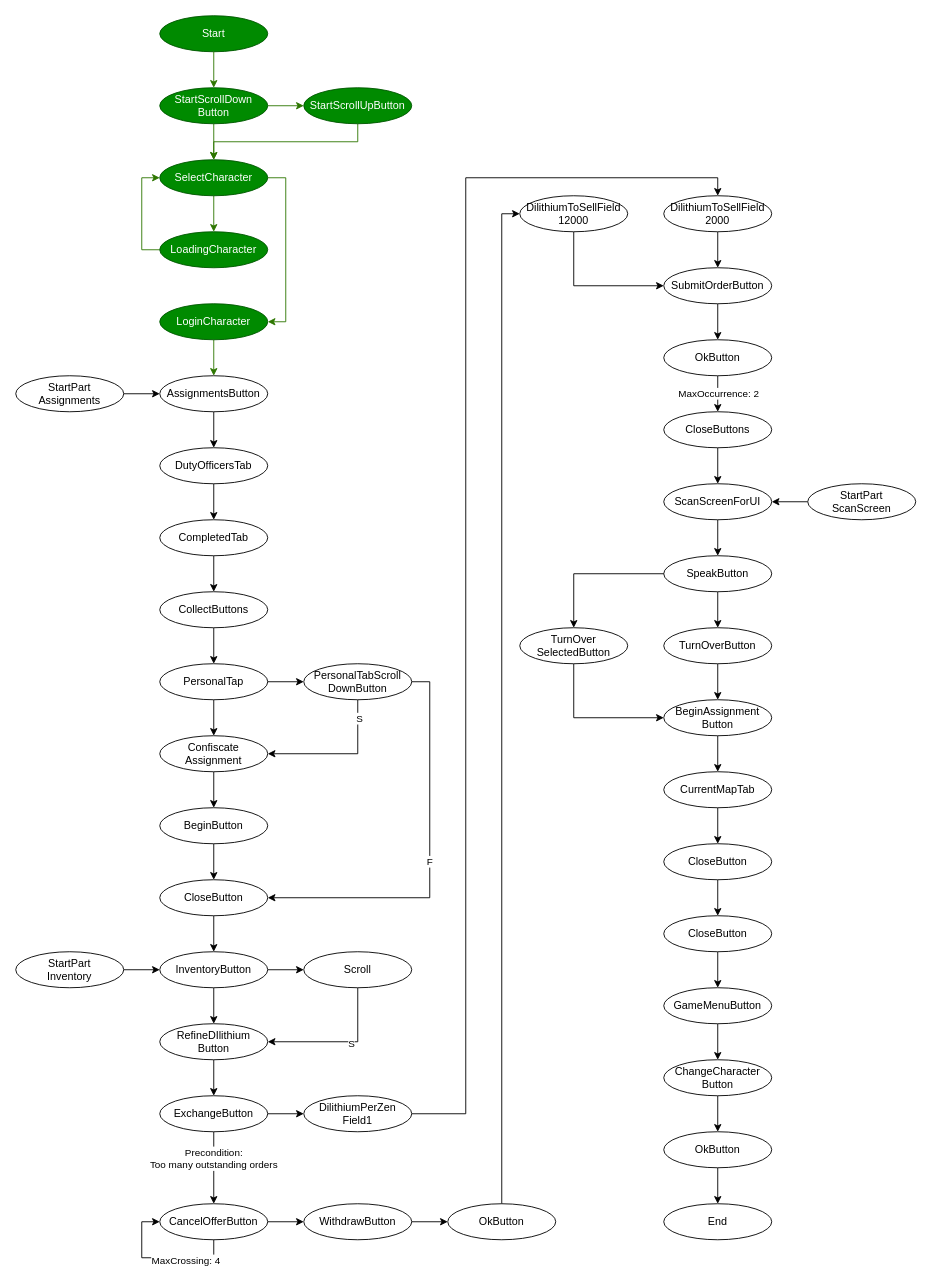
Tomaszon/AutoFarmer keeps this draw.io diagram as AutoFarmer.drawio. Above is the earlier version. Source tidied: cells renumbered, new cells numbered last; positions are measured from the earlier drawing's top-left corner, leaving out a move shared by most shapes. Both pictures are drawn from the tidied source at 90%, with x=0, y=0 at pixel (15, 15).
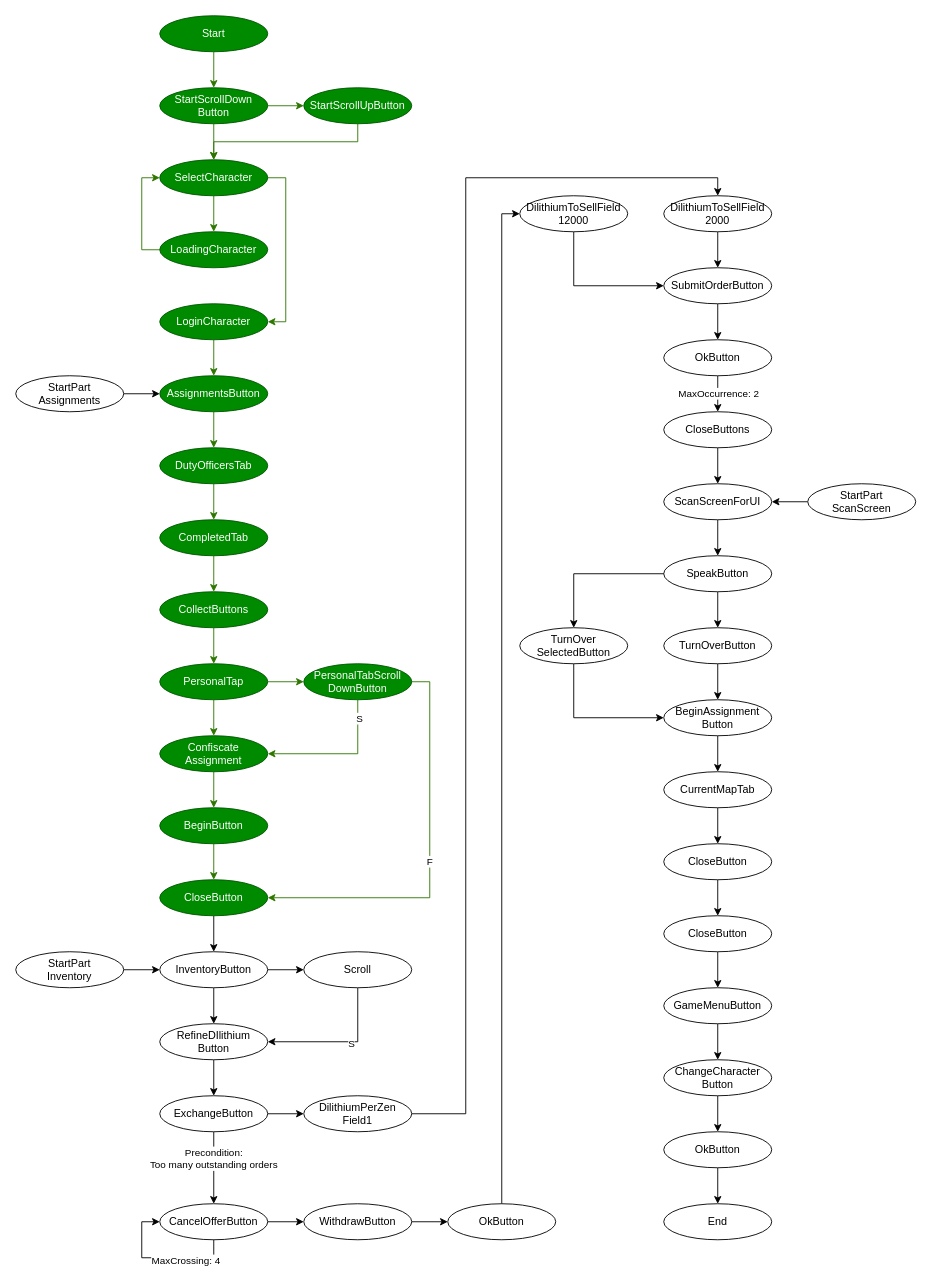
The same page after the edit.

What changed in the source:
```diff
@@
-    <mxCell id="5" style="edgeStyle=orthogonalEdgeStyle;rounded=0;jettySize=auto;html=1;" parent="1" edge="1" source="6" target="10">
+    <mxCell id="5" style="edgeStyle=orthogonalEdgeStyle;rounded=0;jettySize=auto;html=1;fillColor=#60a917;strokeColor=#2D7600;" parent="1" edge="1" source="6" target="10">
       <mxGeometry relative="1" as="geometry" />
     </mxCell>
-    <mxCell id="6" value="AssignmentsButton" style="ellipse;whiteSpace=wrap;html=1;" parent="1" vertex="1">
+    <mxCell id="6" value="AssignmentsButton" style="ellipse;whiteSpace=wrap;html=1;fillColor=#008a00;strokeColor=#005700;fontColor=#ffffff;" parent="1" vertex="1">
       <mxGeometry x="160" y="400" width="120" height="40" as="geometry" />
     </mxCell>
@@
-    <mxCell id="9" style="edgeStyle=orthogonalEdgeStyle;rounded=0;jettySize=auto;html=1;" parent="1" edge="1" source="10" target="12">
+    <mxCell id="9" style="edgeStyle=orthogonalEdgeStyle;rounded=0;jettySize=auto;html=1;fillColor=#60a917;strokeColor=#2D7600;" parent="1" edge="1" source="10" target="12">
       <mxGeometry relative="1" as="geometry" />
     </mxCell>
-    <mxCell id="10" value="DutyOfficersTab" style="ellipse;whiteSpace=wrap;html=1;" parent="1" vertex="1">
+    <mxCell id="10" value="DutyOfficersTab" style="ellipse;whiteSpace=wrap;html=1;fillColor=#008a00;strokeColor=#005700;fontColor=#ffffff;" parent="1" vertex="1">
       <mxGeometry x="160" y="480" width="120" height="40" as="geometry" />
     </mxCell>
-    <mxCell id="11" style="edgeStyle=orthogonalEdgeStyle;rounded=0;jettySize=auto;html=1;" parent="1" edge="1" source="12" target="14">
+    <mxCell id="11" style="edgeStyle=orthogonalEdgeStyle;rounded=0;jettySize=auto;html=1;fillColor=#60a917;strokeColor=#2D7600;" parent="1" edge="1" source="12" target="14">
       <mxGeometry relative="1" as="geometry" />
     </mxCell>
-    <mxCell id="12" value="CompletedTab" style="ellipse;whiteSpace=wrap;html=1;" parent="1" vertex="1">
+    <mxCell id="12" value="CompletedTab" style="ellipse;whiteSpace=wrap;html=1;fillColor=#008a00;strokeColor=#005700;fontColor=#ffffff;" parent="1" vertex="1">
       <mxGeometry x="160" y="560" width="120" height="40" as="geometry" />
     </mxCell>
-    <mxCell id="13" style="edgeStyle=orthogonalEdgeStyle;rounded=0;jettySize=auto;html=1;" parent="1" edge="1" source="14" target="16">
+    <mxCell id="13" style="edgeStyle=orthogonalEdgeStyle;rounded=0;jettySize=auto;html=1;fillColor=#60a917;strokeColor=#2D7600;" parent="1" edge="1" source="14" target="16">
       <mxGeometry relative="1" as="geometry" />
     </mxCell>
-    <mxCell id="14" value="CollectButtons" style="ellipse;whiteSpace=wrap;html=1;" parent="1" vertex="1">
+    <mxCell id="14" value="CollectButtons" style="ellipse;whiteSpace=wrap;html=1;fillColor=#008a00;strokeColor=#005700;fontColor=#ffffff;" parent="1" vertex="1">
       <mxGeometry x="160" y="640" width="120" height="40" as="geometry" />
     </mxCell>
-    <mxCell id="15" style="edgeStyle=orthogonalEdgeStyle;rounded=0;jettySize=auto;html=1;" parent="1" edge="1" source="16" target="18">
+    <mxCell id="15" style="edgeStyle=orthogonalEdgeStyle;rounded=0;jettySize=auto;html=1;fillColor=#60a917;strokeColor=#2D7600;" parent="1" edge="1" source="16" target="18">
       <mxGeometry relative="1" as="geometry" />
     </mxCell>
-    <mxCell id="16" value="PersonalTap" style="ellipse;whiteSpace=wrap;html=1;" parent="1" vertex="1">
+    <mxCell id="16" value="PersonalTap" style="ellipse;whiteSpace=wrap;html=1;fillColor=#008a00;strokeColor=#005700;fontColor=#ffffff;" parent="1" vertex="1">
       <mxGeometry x="160" y="720" width="120" height="40" as="geometry" />
     </mxCell>
-    <mxCell id="17" style="edgeStyle=orthogonalEdgeStyle;rounded=0;jettySize=auto;html=1;" parent="1" edge="1" source="18" target="20">
+    <mxCell id="17" style="edgeStyle=orthogonalEdgeStyle;rounded=0;jettySize=auto;html=1;fillColor=#60a917;strokeColor=#2D7600;" parent="1" edge="1" source="18" target="20">
       <mxGeometry relative="1" as="geometry" />
     </mxCell>
-    <mxCell id="18" value="Confiscate&lt;br&gt;Assignment" style="ellipse;whiteSpace=wrap;html=1;" parent="1" vertex="1">
+    <mxCell id="18" value="Confiscate&lt;br&gt;Assignment" style="ellipse;whiteSpace=wrap;html=1;fillColor=#008a00;strokeColor=#005700;fontColor=#ffffff;" parent="1" vertex="1">
       <mxGeometry x="160" y="800" width="120" height="40" as="geometry" />
     </mxCell>
-    <mxCell id="19" style="edgeStyle=orthogonalEdgeStyle;rounded=0;jettySize=auto;html=1;exitX=0.5;exitY=1;exitDx=0;exitDy=0;entryX=0.5;entryY=0;entryDx=0;entryDy=0;" parent="1" edge="1" source="20" target="22">
+    <mxCell id="19" style="edgeStyle=orthogonalEdgeStyle;rounded=0;jettySize=auto;html=1;exitX=0.5;exitY=1;exitDx=0;exitDy=0;entryX=0.5;entryY=0;entryDx=0;entryDy=0;fillColor=#60a917;strokeColor=#2D7600;" parent="1" edge="1" source="20" target="22">
       <mxGeometry relative="1" as="geometry" />
     </mxCell>
-    <mxCell id="20" value="BeginButton" style="ellipse;whiteSpace=wrap;html=1;" parent="1" vertex="1">
+    <mxCell id="20" value="BeginButton" style="ellipse;whiteSpace=wrap;html=1;fillColor=#008a00;strokeColor=#005700;fontColor=#ffffff;" parent="1" vertex="1">
       <mxGeometry x="160" y="880" width="120" height="40" as="geometry" />
     </mxCell>
@@
-    <mxCell id="22" value="CloseButton" style="ellipse;whiteSpace=wrap;html=1;" parent="1" vertex="1">
+    <mxCell id="22" value="CloseButton" style="ellipse;whiteSpace=wrap;html=1;fillColor=#008a00;strokeColor=#005700;fontColor=#ffffff;" parent="1" vertex="1">
       <mxGeometry x="160" y="960" width="120" height="40" as="geometry" />
     </mxCell>
@@
-    <mxCell id="85" value="F" style="edgeStyle=orthogonalEdgeStyle;rounded=0;jettySize=auto;html=1;exitX=1;exitY=0.5;exitDx=0;exitDy=0;entryX=1;entryY=0.5;entryDx=0;entryDy=0;" parent="1" edge="1" source="88" target="22">
+    <mxCell id="85" value="F" style="edgeStyle=orthogonalEdgeStyle;rounded=0;jettySize=auto;html=1;exitX=1;exitY=0.5;exitDx=0;exitDy=0;entryX=1;entryY=0.5;entryDx=0;entryDy=0;fillColor=#60a917;strokeColor=#2D7600;" parent="1" edge="1" source="88" target="22">
       <mxGeometry relative="1" as="geometry">
         <Array as="points">
           <mxPoint x="460" y="740" />
           <mxPoint x="460" y="980" />
         </Array>
       </mxGeometry>
     </mxCell>
-    <mxCell id="86" style="edgeStyle=orthogonalEdgeStyle;rounded=0;jettySize=auto;html=1;entryX=1;entryY=0.5;entryDx=0;entryDy=0;" parent="1" edge="1" source="88" target="18">
+    <mxCell id="86" style="edgeStyle=orthogonalEdgeStyle;rounded=0;jettySize=auto;html=1;entryX=1;entryY=0.5;entryDx=0;entryDy=0;fillColor=#60a917;strokeColor=#2D7600;" parent="1" edge="1" source="88" target="18">
       <mxGeometry relative="1" as="geometry">
         <Array as="points">
           <mxPoint x="380" y="820" />
         </Array>
       </mxGeometry>
     </mxCell>
@@
-    <mxCell id="88" value="PersonalTabScroll&lt;br&gt;DownButton" style="ellipse;whiteSpace=wrap;html=1;" parent="1" vertex="1">
+    <mxCell id="88" value="PersonalTabScroll&lt;br&gt;DownButton" style="ellipse;whiteSpace=wrap;html=1;fillColor=#008a00;strokeColor=#005700;fontColor=#ffffff;" parent="1" vertex="1">
       <mxGeometry x="320" y="720" width="120" height="40" as="geometry" />
     </mxCell>
-    <mxCell id="89" style="endArrow=classic;html=1;entryX=0;entryY=0.5;entryDx=0;entryDy=0;exitX=1;exitY=0.5;exitDx=0;exitDy=0;" parent="1" edge="1" source="16" target="88">
+    <mxCell id="89" style="endArrow=classic;html=1;entryX=0;entryY=0.5;entryDx=0;entryDy=0;exitX=1;exitY=0.5;exitDx=0;exitDy=0;fillColor=#60a917;strokeColor=#2D7600;" parent="1" edge="1" source="16" target="88">
       <mxGeometry relative="1" as="geometry" />
     </mxCell>
```
